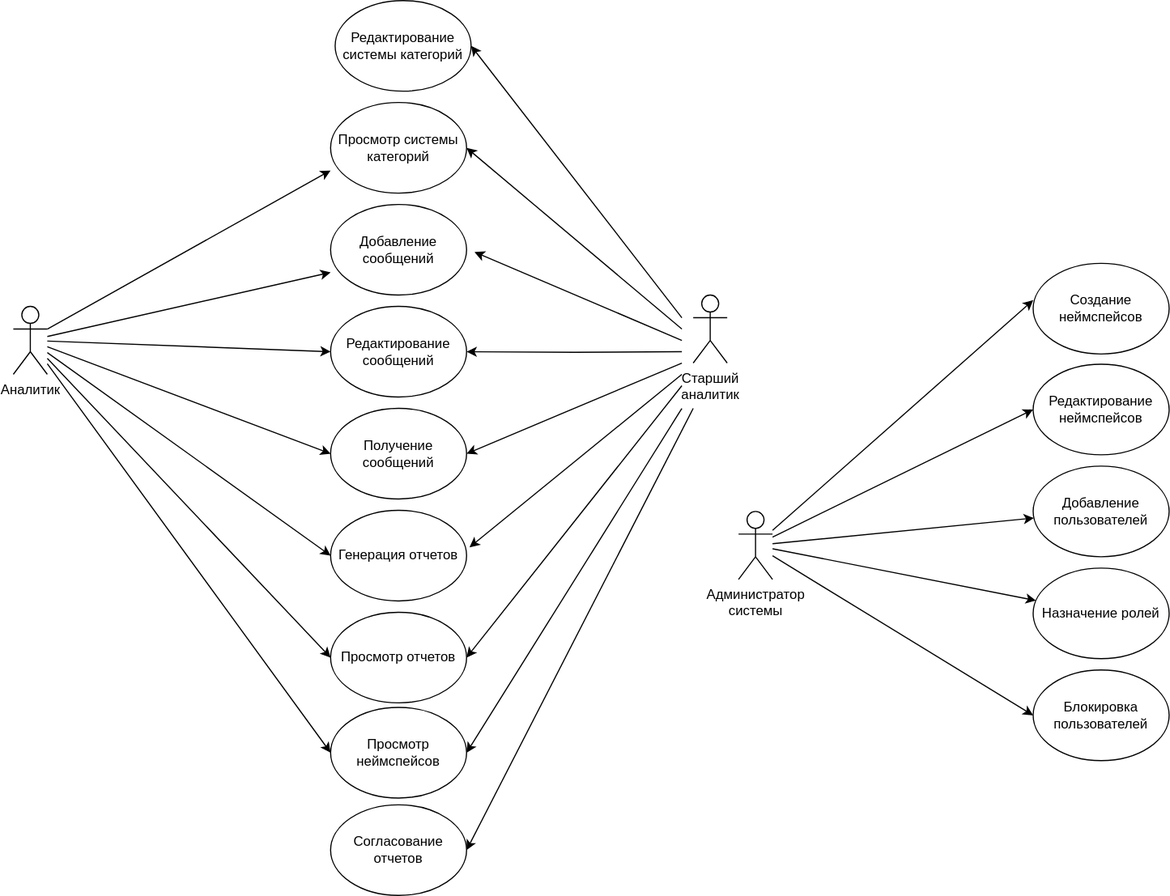
Above: Диаграмма вариантов испольования.drawio.svg in Avokada/ais_mtuci (draw.io), before the change. Source tidied: cells renumbered, new cells last; positions are measured from the earlier drawing's top-left corner, leaving out a move shared by most shapes.
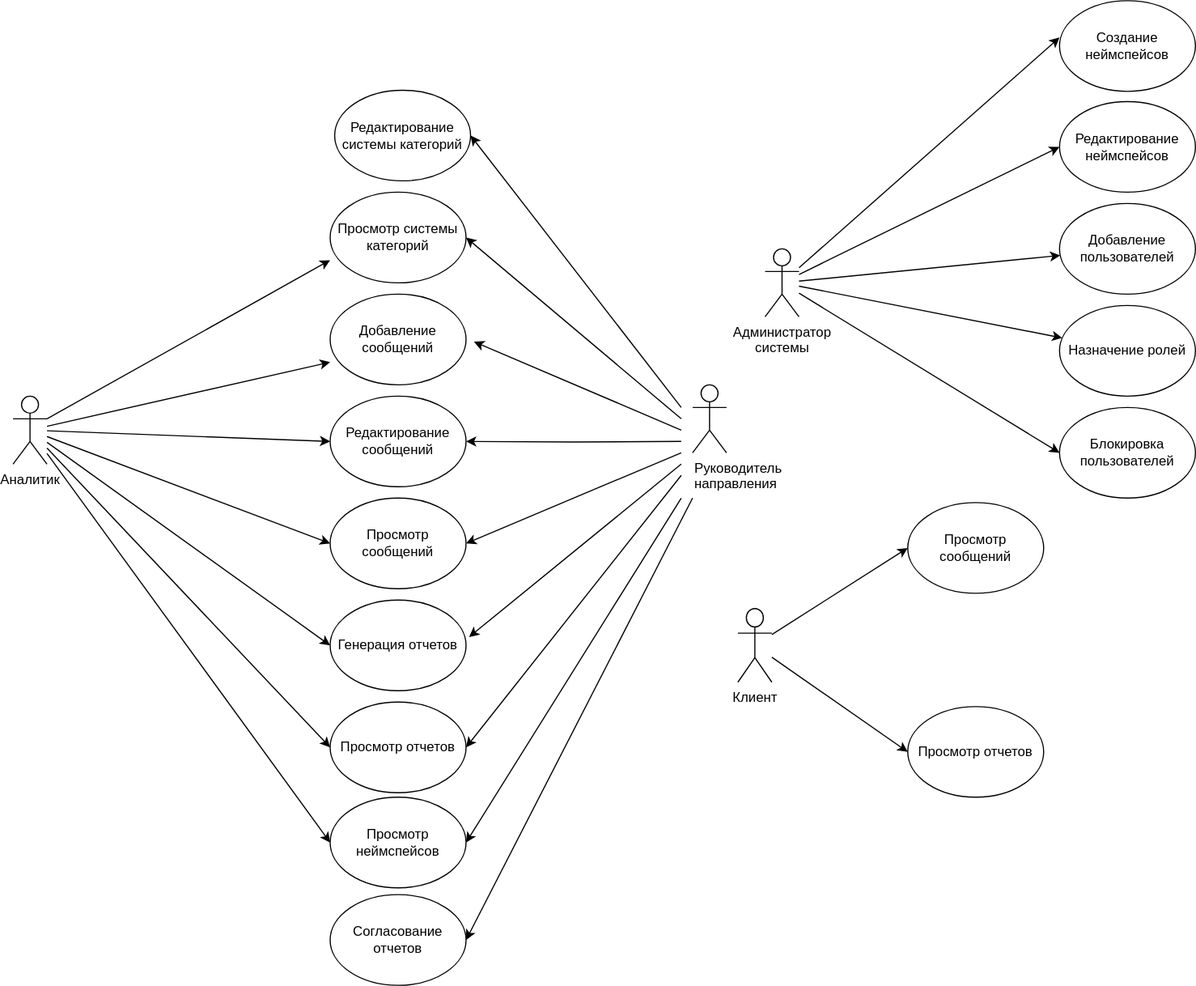
Above is the later version.

What changed in the source:
```diff
@@ -32,7 +32,7 @@
     <mxCell id="11" style="edgeStyle=none;rounded=0;orthogonalLoop=1;jettySize=auto;html=1;entryX=0;entryY=0.5;entryDx=0;entryDy=0;" parent="1" edge="1" source="8" target="8">
       <mxGeometry relative="1" as="geometry" />
     </mxCell>
-    <mxCell id="12" value="Получение сообщений" style="ellipse;whiteSpace=wrap;html=1;" parent="1" vertex="1">
+    <mxCell id="12" value="Просмотр сообщений" style="ellipse;whiteSpace=wrap;html=1;" parent="1" vertex="1">
       <mxGeometry x="280" y="360" width="120" height="80" as="geometry" />
     </mxCell>
     <mxCell id="13" style="edgeStyle=none;rounded=0;jettySize=auto;html=1;entryX=0;entryY=0.75;entryDx=0;entryDy=0;entryPerimeter=0;" parent="1" edge="1" target="14">
@@ -74,7 +74,7 @@
         <mxPoint x="600" y="360" as="sourcePoint" />
       </mxGeometry>
     </mxCell>
-    <mxCell id="21" value="Старший&lt;div&gt;аналитик&lt;/div&gt;" style="shape=umlActor;verticalLabelPosition=bottom;verticalAlign=top;html=1;align=center;" parent="1" vertex="1">
+    <mxCell id="21" value="Руководитель&lt;div&gt;направления&lt;/div&gt;" style="shape=umlActor;verticalLabelPosition=bottom;verticalAlign=top;html=1;align=left;" parent="1" vertex="1">
       <mxGeometry x="600" y="260" width="30" height="60" as="geometry" />
     </mxCell>
     <mxCell id="22" value="Редактирование системы категорий" style="ellipse;whiteSpace=wrap;html=1;" parent="1" vertex="1">
@@ -109,7 +109,7 @@
       <mxGeometry relative="1" as="geometry" />
     </mxCell>
     <mxCell id="31" value="Администратор&lt;br&gt;системы" style="shape=umlActor;verticalLabelPosition=bottom;verticalAlign=top;html=1;outlineConnect=0;" parent="1" vertex="1">
-      <mxGeometry x="640" y="451" width="30" height="60" as="geometry" />
+      <mxGeometry x="664" y="140" width="30" height="60" as="geometry" />
     </mxCell>
     <mxCell id="32" value="Просмотр неймспейсов" style="ellipse;whiteSpace=wrap;html=1;" parent="1" vertex="1">
       <mxGeometry x="280" y="624" width="120" height="80" as="geometry" />
@@ -123,22 +123,37 @@
       </mxGeometry>
     </mxCell>
     <mxCell id="35" value="Создание неймспейсов" style="ellipse;whiteSpace=wrap;html=1;" parent="1" vertex="1">
-      <mxGeometry x="900" y="232" width="120" height="80" as="geometry" />
+      <mxGeometry x="924" y="-79" width="120" height="80" as="geometry" />
     </mxCell>
     <mxCell id="36" value="Редактирование неймспейсов" style="ellipse;whiteSpace=wrap;html=1;" parent="1" vertex="1">
-      <mxGeometry x="900" y="321" width="120" height="80" as="geometry" />
+      <mxGeometry x="924" y="10" width="120" height="80" as="geometry" />
     </mxCell>
     <mxCell id="37" value="Добавление пользователей" style="ellipse;whiteSpace=wrap;html=1;" parent="1" vertex="1">
-      <mxGeometry x="900" y="411" width="120" height="80" as="geometry" />
+      <mxGeometry x="924" y="100" width="120" height="80" as="geometry" />
     </mxCell>
     <mxCell id="38" value="Назначение ролей" style="ellipse;whiteSpace=wrap;html=1;" parent="1" vertex="1">
-      <mxGeometry x="900" y="501" width="120" height="80" as="geometry" />
+      <mxGeometry x="924" y="190" width="120" height="80" as="geometry" />
     </mxCell>
     <mxCell id="39" value="Блокировка пользователей" style="ellipse;whiteSpace=wrap;html=1;" parent="1" vertex="1">
-      <mxGeometry x="900" y="591" width="120" height="80" as="geometry" />
+      <mxGeometry x="924" y="280" width="120" height="80" as="geometry" />
     </mxCell>
     <mxCell id="40" style="rounded=0;jettySize=auto;html=1;entryX=0;entryY=0.406;entryDx=0;entryDy=0;entryPerimeter=0;" parent="1" edge="1" source="31" target="35">
       <mxGeometry relative="1" as="geometry" />
     </mxCell>
+    <mxCell id="41" style="rounded=0;jettySize=auto;html=1;entryX=0;entryY=0.5;entryDx=0;entryDy=0;" parent="1" edge="1" source="43" target="44">
+      <mxGeometry relative="1" as="geometry" />
+    </mxCell>
+    <mxCell id="42" style="rounded=0;jettySize=auto;html=1;entryX=0;entryY=0.5;entryDx=0;entryDy=0;" parent="1" edge="1" source="43" target="45">
+      <mxGeometry relative="1" as="geometry" />
+    </mxCell>
+    <mxCell id="43" value="Клиент" style="shape=umlActor;verticalLabelPosition=bottom;verticalAlign=top;html=1;outlineConnect=0;align=center;" parent="1" vertex="1">
+      <mxGeometry x="640" y="457.5" width="30" height="65" as="geometry" />
+    </mxCell>
+    <mxCell id="44" value="Просмотр сообщений" style="ellipse;whiteSpace=wrap;html=1;" parent="1" vertex="1">
+      <mxGeometry x="790" y="364" width="120" height="80" as="geometry" />
+    </mxCell>
+    <mxCell id="45" value="Просмотр отчетов" style="ellipse;whiteSpace=wrap;html=1;" parent="1" vertex="1">
+      <mxGeometry x="790" y="544" width="120" height="80" as="geometry" />
+    </mxCell>
   </root>
 </mxGraphModel>
```
